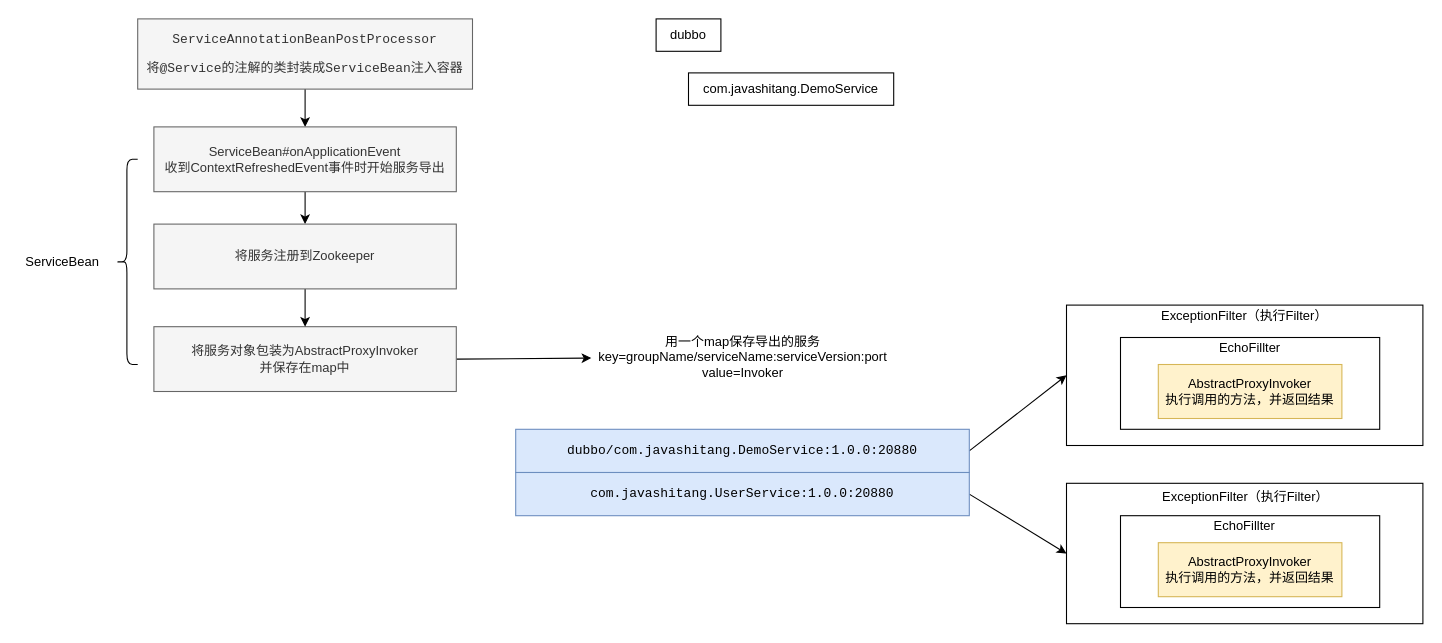
Before: page "第 1 页" (1 of 2) of dubbo/dubbo整体逻辑.drawio in erlieStar/diagrams, a draw.io diagram. Source tidied: cells renumbered, new cells numbered last; positions are measured from the earlier drawing's top-left corner, leaving out a move shared by most shapes. Both pictures are drawn from the tidied source at 108%, with x=0, y=0 at pixel (18, 18).
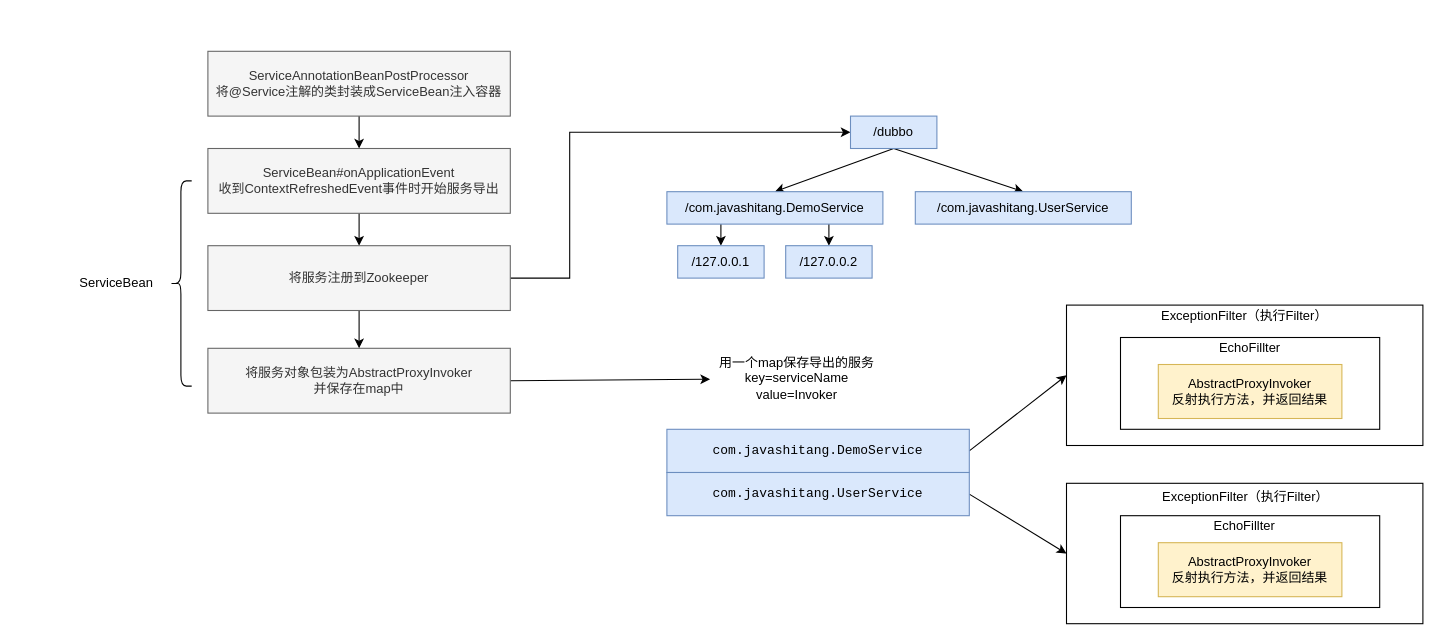
After the change.

Unchanged cells that the change refers to:
```xml
<mxCell id="2" style="rounded=0;whiteSpace=wrap;html=1;" parent="1" vertex="1">
  <mxGeometry x="970" y="265" width="330" height="130" as="geometry" />
</mxCell>
<mxCell id="12" style="rounded=0;whiteSpace=wrap;html=1;" parent="1" vertex="1">
  <mxGeometry x="970" y="430" width="330" height="130" as="geometry" />
</mxCell>
```

Diff of the diagram source:
```diff
@@
-    <mxCell id="4" value="AbstractProxyInvoker&lt;br&gt;执行调用的方法，并返回结果" style="rounded=0;whiteSpace=wrap;html=1;fillColor=#fff2cc;strokeColor=#d6b656;" parent="1" vertex="1">
+    <mxCell id="4" value="AbstractProxyInvoker&lt;br&gt;反射执行方法，并返回结果" style="rounded=0;whiteSpace=wrap;html=1;fillColor=#fff2cc;strokeColor=#d6b656;" parent="1" vertex="1">
       <mxGeometry x="1055" y="320" width="170" height="50" as="geometry" />
     </mxCell>
@@
-    <mxCell id="7" value="用一个map保存导出的服务&lt;br&gt;key=groupName/serviceName:serviceVersion:port&lt;br&gt;value=Invoker" style="text;html=1;align=center;verticalAlign=middle;points=[];strokeColor=none;fillColor=none;" parent="1" vertex="1">
-      <mxGeometry x="530" y="288" width="280" height="50" as="geometry" />
+    <mxCell id="7" value="用一个map保存导出的服务&lt;br&gt;key=serviceName&lt;br&gt;value=Invoker" style="text;html=1;align=center;verticalAlign=middle;points=[];strokeColor=none;fillColor=none;" parent="1" vertex="1">
+      <mxGeometry x="640" y="308" width="160" height="50" as="geometry" />
     </mxCell>
-    <mxCell id="8" style="rounded=0;jettySize=auto;html=1;exitX=1;exitY=0.5;exitDx=0;exitDy=0;entryX=0;entryY=0.5;entryDx=0;entryDy=0;" parent="1" edge="1" source="9" target="2">
-      <mxGeometry relative="1" as="geometry" />
+    <mxCell id="8" style="rounded=0;jettySize=auto;html=1;exitX=1;exitY=0.5;exitDx=0;exitDy=0;entryX=0;entryY=0.5;entryDx=0;entryDy=0;" parent="1" edge="1" target="2">
+      <mxGeometry relative="1" as="geometry">
+        <mxPoint x="880" y="400" as="sourcePoint" />
+      </mxGeometry>
     </mxCell>
-    <mxCell id="9" value="&lt;pre&gt;dubbo/com.javashitang.DemoService:1.0.0:20880&lt;/pre&gt;" style="rounded=0;whiteSpace=wrap;html=1;fillColor=#dae8fc;strokeColor=#6c8ebf;" parent="1" vertex="1">
-      <mxGeometry x="460" y="380" width="420" height="40" as="geometry" />
+    <mxCell id="9" value="&lt;pre&gt;com.javashitang.DemoService&lt;/pre&gt;" style="rounded=0;whiteSpace=wrap;html=1;fillColor=#dae8fc;strokeColor=#6c8ebf;" parent="1" vertex="1">
+      <mxGeometry x="600" y="380" width="280" height="40" as="geometry" />
     </mxCell>
-    <mxCell id="10" style="edgeStyle=none;rounded=0;jettySize=auto;html=1;exitX=1;exitY=0.5;exitDx=0;exitDy=0;entryX=0;entryY=0.5;entryDx=0;entryDy=0;" parent="1" edge="1" source="11" target="12">
-      <mxGeometry relative="1" as="geometry" />
+    <mxCell id="10" style="edgeStyle=none;rounded=0;jettySize=auto;html=1;exitX=1;exitY=0.5;exitDx=0;exitDy=0;entryX=0;entryY=0.5;entryDx=0;entryDy=0;" parent="1" edge="1" target="12">
+      <mxGeometry relative="1" as="geometry">
+        <mxPoint x="880" y="440" as="sourcePoint" />
+      </mxGeometry>
     </mxCell>
-    <mxCell id="11" value="&lt;pre&gt;com.javashitang.UserService:1.0.0:20880&lt;/pre&gt;" style="rounded=0;whiteSpace=wrap;html=1;fillColor=#dae8fc;strokeColor=#6c8ebf;" parent="1" vertex="1">
-      <mxGeometry x="460" y="420" width="420" height="40" as="geometry" />
+    <mxCell id="11" value="&lt;pre&gt;com.javashitang.UserService&lt;/pre&gt;" style="rounded=0;whiteSpace=wrap;html=1;fillColor=#dae8fc;strokeColor=#6c8ebf;" parent="1" vertex="1">
+      <mxGeometry x="600" y="420" width="280" height="40" as="geometry" />
     </mxCell>
@@
-    <mxCell id="14" value="AbstractProxyInvoker&lt;br&gt;执行调用的方法，并返回结果" style="rounded=0;whiteSpace=wrap;html=1;fillColor=#fff2cc;strokeColor=#d6b656;" parent="1" vertex="1">
+    <mxCell id="14" value="AbstractProxyInvoker&lt;br&gt;反射执行方法，并返回结果" style="rounded=0;whiteSpace=wrap;html=1;fillColor=#fff2cc;strokeColor=#d6b656;" parent="1" vertex="1">
       <mxGeometry x="1055" y="485" width="170" height="50" as="geometry" />
     </mxCell>
@@
-    <mxCell id="17" style="edgeStyle=none;rounded=0;jettySize=auto;html=1;fontFamily=Helvetica;" parent="1" edge="1" source="18" target="20">
-      <mxGeometry relative="1" as="geometry" />
+    <mxCell id="17" style="edgeStyle=none;rounded=0;jettySize=auto;html=1;fontFamily=Helvetica;" parent="1" edge="1" target="20">
+      <mxGeometry relative="1" as="geometry">
+        <mxPoint x="315" y="85" as="sourcePoint" />
+      </mxGeometry>
     </mxCell>
-    <mxCell id="18" value="&lt;pre&gt;ServiceAnnotationBeanPostProcessor&lt;/pre&gt;&lt;pre&gt;将@Service的注解的类封装成ServiceBean注入容器&lt;/pre&gt;" style="rounded=0;whiteSpace=wrap;html=1;fontFamily=Helvetica;fillColor=#f5f5f5;strokeColor=#666666;fontColor=#333333;" parent="1" vertex="1">
-      <mxGeometry x="110" width="310" height="65" as="geometry" />
-    </mxCell>
@@
     <mxCell id="20" value="&lt;span&gt;ServiceBean&lt;/span&gt;#onApplicationEvent&lt;br&gt;收到ContextRefreshedEvent事件时开始服务导出" style="rounded=0;whiteSpace=wrap;html=1;fontFamily=Helvetica;fillColor=#f5f5f5;strokeColor=#666666;fontColor=#333333;" parent="1" vertex="1">
-      <mxGeometry x="125" y="100" width="280" height="60" as="geometry" />
+      <mxGeometry x="175" y="120" width="280" height="60" as="geometry" />
     </mxCell>
@@
     <mxCell id="22" value="将服务对象包装为AbstractProxyInvoker&lt;br&gt;并保存在map中" style="rounded=0;whiteSpace=wrap;html=1;fontFamily=Helvetica;fillColor=#f5f5f5;strokeColor=#666666;fontColor=#333333;" parent="1" vertex="1">
-      <mxGeometry x="125" y="285" width="280" height="60" as="geometry" />
+      <mxGeometry x="175" y="305" width="280" height="60" as="geometry" />
     </mxCell>
@@
+    <mxCell id="29" style="rounded=0;jettySize=auto;html=1;exitX=1;exitY=0.5;exitDx=0;exitDy=0;entryX=0;entryY=0.5;entryDx=0;entryDy=0;edgeStyle=orthogonalEdgeStyle;" parent="1" edge="1" source="24" target="32">
+      <mxGeometry relative="1" as="geometry">
+        <Array as="points">
+          <mxPoint x="510" y="240" />
+          <mxPoint x="510" y="105" />
+        </Array>
+      </mxGeometry>
+    </mxCell>
     <mxCell id="24" value="将服务注册到Zookeeper" style="rounded=0;whiteSpace=wrap;html=1;fontFamily=Helvetica;fillColor=#f5f5f5;strokeColor=#666666;fontColor=#333333;" parent="1" vertex="1">
-      <mxGeometry x="125" y="190" width="280" height="60" as="geometry" />
+      <mxGeometry x="175" y="210" width="280" height="60" as="geometry" />
     </mxCell>
     <mxCell id="25" style="shape=curlyBracket;whiteSpace=wrap;html=1;rounded=1;fontFamily=Helvetica;size=0.5;" parent="1" vertex="1">
-      <mxGeometry x="90" y="130" width="20" height="190" as="geometry" />
+      <mxGeometry x="140" y="150" width="20" height="190" as="geometry" />
     </mxCell>
     <mxCell id="26" value="&lt;span&gt;ServiceBean&lt;/span&gt;" style="text;html=1;align=center;verticalAlign=middle;strokeColor=none;fillColor=none;fontFamily=Helvetica;" parent="1" vertex="1">
-      <mxGeometry y="215" width="80" height="20" as="geometry" />
+      <mxGeometry x="50" y="235" width="80" height="20" as="geometry" />
     </mxCell>
-    <mxCell id="27" value="dubbo" style="rounded=0;whiteSpace=wrap;html=1;fontFamily=Helvetica;" parent="1" vertex="1">
-      <mxGeometry x="590" width="60" height="30" as="geometry" />
-    </mxCell>
-    <mxCell id="28" value="com.javashitang.DemoService" style="rounded=0;whiteSpace=wrap;html=1;fontFamily=Helvetica;" parent="1" vertex="1">
-      <mxGeometry x="620" y="50" width="190" height="30" as="geometry" />
-    </mxCell>
+    <mxCell id="30" style="rounded=0;jettySize=auto;html=1;exitX=0.5;exitY=1;exitDx=0;exitDy=0;entryX=0.5;entryY=0;entryDx=0;entryDy=0;" parent="1" edge="1" source="32" target="35">
+      <mxGeometry relative="1" as="geometry" />
+    </mxCell>
+    <mxCell id="31" style="edgeStyle=none;rounded=0;jettySize=auto;html=1;exitX=0.5;exitY=1;exitDx=0;exitDy=0;entryX=0.5;entryY=0;entryDx=0;entryDy=0;" parent="1" edge="1" source="32" target="38">
+      <mxGeometry relative="1" as="geometry" />
+    </mxCell>
+    <mxCell id="32" value="/dubbo" style="rounded=0;whiteSpace=wrap;html=1;fillColor=#dae8fc;strokeColor=#6c8ebf;" parent="1" vertex="1">
+      <mxGeometry x="770" y="90" width="80" height="30" as="geometry" />
+    </mxCell>
+    <mxCell id="33" style="edgeStyle=none;rounded=0;jettySize=auto;html=1;exitX=0.25;exitY=1;exitDx=0;exitDy=0;entryX=0.5;entryY=0;entryDx=0;entryDy=0;" parent="1" edge="1" source="35" target="36">
+      <mxGeometry relative="1" as="geometry" />
+    </mxCell>
+    <mxCell id="34" style="edgeStyle=none;rounded=0;jettySize=auto;html=1;exitX=0.75;exitY=1;exitDx=0;exitDy=0;entryX=0.5;entryY=0;entryDx=0;entryDy=0;" parent="1" edge="1" source="35" target="37">
+      <mxGeometry relative="1" as="geometry" />
+    </mxCell>
+    <mxCell id="35" value="/com.javashitang.DemoService" style="rounded=0;whiteSpace=wrap;html=1;fillColor=#dae8fc;strokeColor=#6c8ebf;" parent="1" vertex="1">
+      <mxGeometry x="600" y="160" width="200" height="30" as="geometry" />
+    </mxCell>
+    <mxCell id="36" value="/127.0.0.1" style="rounded=0;whiteSpace=wrap;html=1;fillColor=#dae8fc;strokeColor=#6c8ebf;" parent="1" vertex="1">
+      <mxGeometry x="610" y="210" width="80" height="30" as="geometry" />
+    </mxCell>
+    <mxCell id="37" value="/127.0.0.2" style="rounded=0;whiteSpace=wrap;html=1;fillColor=#dae8fc;strokeColor=#6c8ebf;" parent="1" vertex="1">
+      <mxGeometry x="710" y="210" width="80" height="30" as="geometry" />
+    </mxCell>
+    <mxCell id="38" value="/com.javashitang.UserService" style="rounded=0;whiteSpace=wrap;html=1;fillColor=#dae8fc;strokeColor=#6c8ebf;" parent="1" vertex="1">
+      <mxGeometry x="830" y="160" width="200" height="30" as="geometry" />
+    </mxCell>
+    <mxCell id="39" value="&lt;div&gt;ServiceAnnotationBeanPostProcessor&lt;/div&gt;&lt;div&gt;将@Service注解的类封装成ServiceBean注入容器&lt;/div&gt;" style="rounded=0;whiteSpace=wrap;html=1;fontFamily=Helvetica;fillColor=#f5f5f5;strokeColor=#666666;fontColor=#333333;" parent="1" vertex="1">
+      <mxGeometry x="175" y="30" width="280" height="60" as="geometry" />
+    </mxCell>
```
